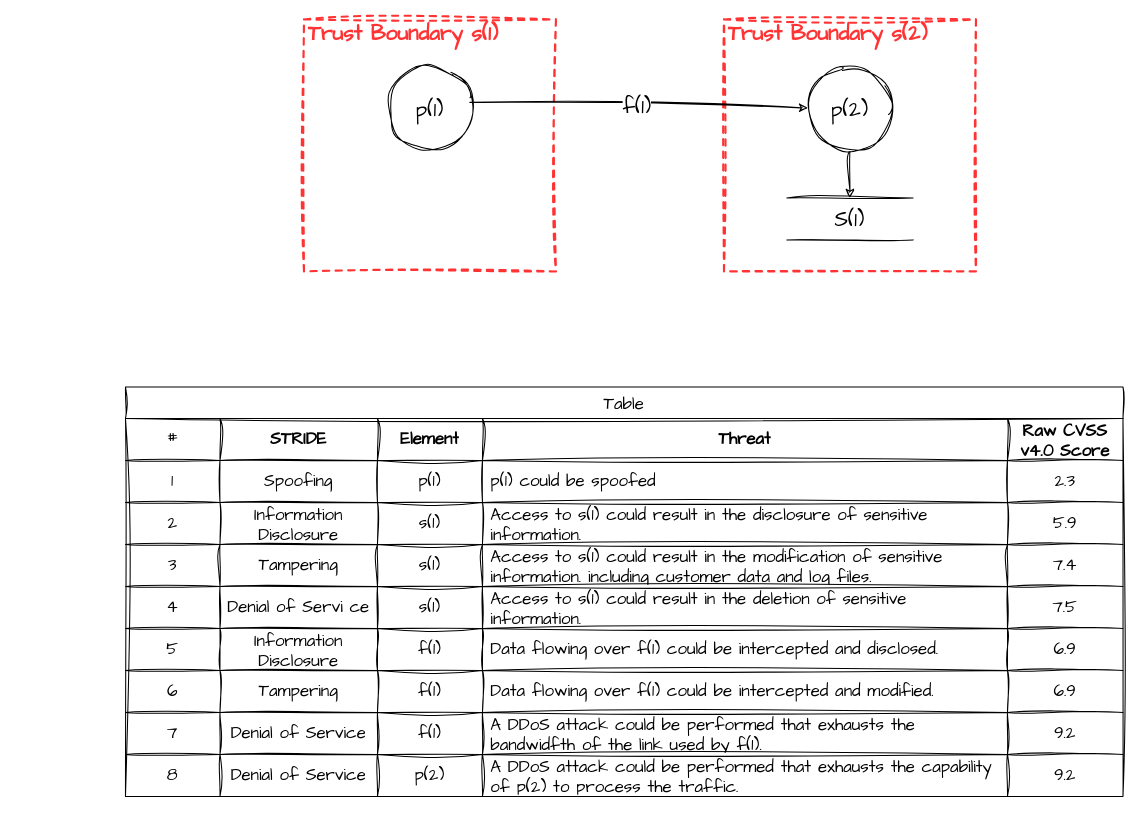
Above: threat-model-76709aca-15c3-4c09-a234-aa7a41e012bc.drawio in Jim-Sweeting/Drawio (draw.io), before the change. Source tidied: cells renumbered, new cells numbered last; positions are measured from the earlier drawing's top-left corner, leaving out a move shared by most shapes. Both pictures are drawn from the tidied source at 105%, with x=0, y=0 at pixel (125, 19).
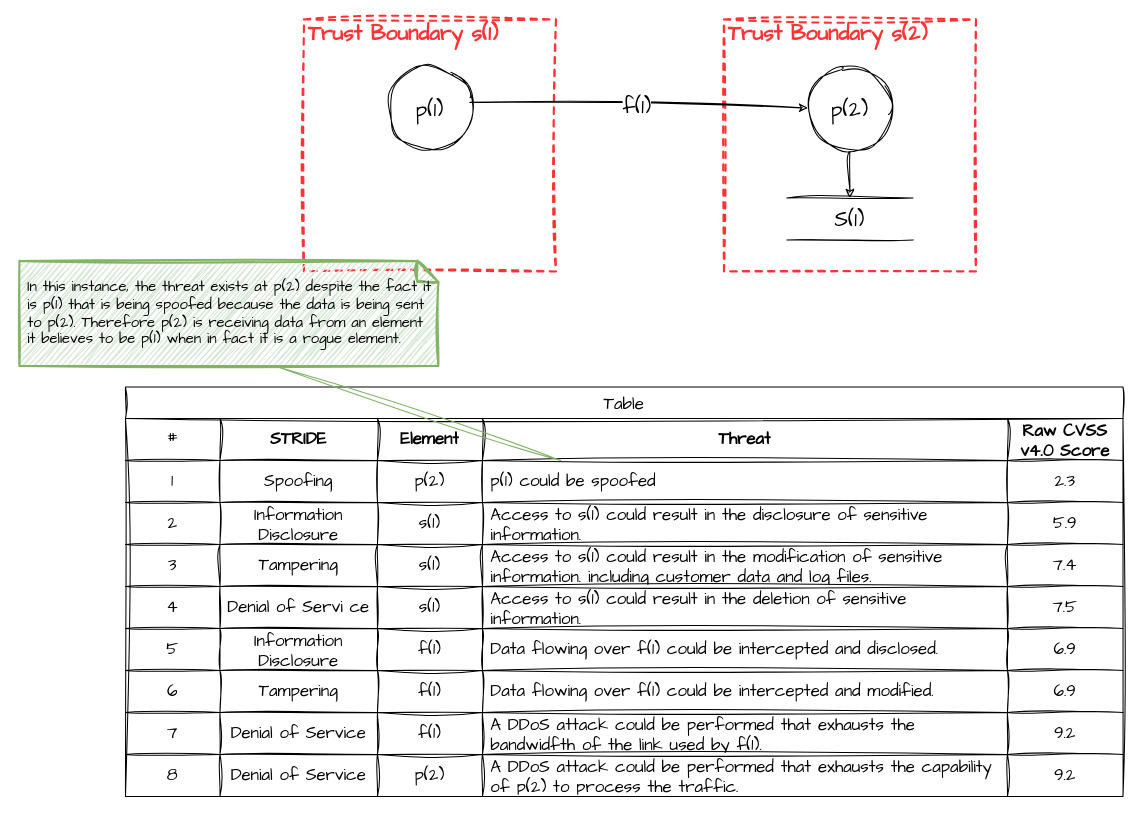
Above is the later version.

The change refers to these unchanged cells:
```xml
<mxCell id="17" style="shape=tableRow;horizontal=0;startSize=0;swimlaneHead=0;swimlaneBody=0;strokeColor=inherit;top=0;left=0;bottom=0;right=0;fillColor=none;points=[[0,0.5],[1,0.5]];portConstraint=eastwest;fontSize=16;sketch=1;hachureGap=4;jiggle=2;curveFitting=1;fontFamily=Architects Daughter;" parent="10" vertex="1">
  <mxGeometry y="70" width="950" height="40" as="geometry" />
</mxCell>
```

The edit, as a diff of the source:
```diff
@@
-    <mxCell id="20" value="p(1)" style="shape=partialRectangle;html=1;whiteSpace=wrap;strokeColor=inherit;overflow=hidden;fillColor=none;top=0;left=0;bottom=0;right=0;fontSize=16;sketch=1;hachureGap=4;jiggle=2;curveFitting=1;fontFamily=Architects Daughter;" parent="17" vertex="1">
+    <mxCell id="20" value="p(2)" style="shape=partialRectangle;html=1;whiteSpace=wrap;strokeColor=inherit;overflow=hidden;fillColor=none;top=0;left=0;bottom=0;right=0;fontSize=16;sketch=1;hachureGap=4;jiggle=2;curveFitting=1;fontFamily=Architects Daughter;" parent="17" vertex="1">
       <mxGeometry x="240" width="100" height="40" as="geometry" />
     </mxCell>
@@
+    <mxCell id="65" value="In this instance, the threat exists at p(2) despite the fact it is p(1) that is being spoofed because the data is being sent to p(2). Therefore p(2) is receiving data from an element it believes to be p(1) when in fact it is a rogue element." style="shape=note;strokeWidth=2;fontSize=14;size=20;whiteSpace=wrap;html=1;fillColor=#d5e8d4;strokeColor=#82b366;sketch=1;hachureGap=4;jiggle=2;curveFitting=1;fontFamily=Architects Daughter;align=left;spacingLeft=6;spacingRight=6;spacingTop=6;spacingBottom=6;shadow=0;" parent="1" vertex="1">
+      <mxGeometry x="-101" y="230" width="399" height="100" as="geometry" />
+    </mxCell>
+    <mxCell id="66" style="endArrow=none;html=1;sketch=1;hachureGap=4;jiggle=2;curveFitting=1;fontFamily=Architects Daughter;fontSize=16;entryX=0.617;entryY=1.01;entryDx=0;entryDy=0;entryPerimeter=0;fillColor=#d5e8d4;strokeColor=#82b366;rounded=0;" parent="1" edge="1" source="17" target="65">
+      <mxGeometry relative="1" as="geometry" />
+    </mxCell>
```
